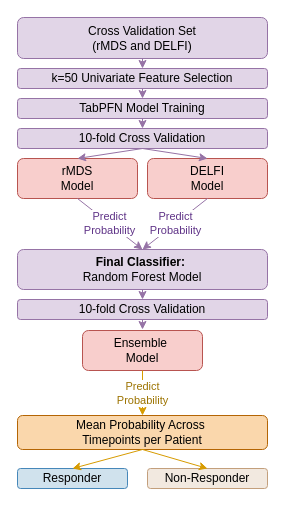
Above: epifluidlab/F3A.drawio in bananasrlowkeygood/bananasrlowkeygood.github.io (draw.io), before the change. Source tidied: cells renumbered, new cells numbered last; positions are measured from the earlier drawing's top-left corner, leaving out a move shared by most shapes. Both pictures are drawn from the tidied source at 100%, with x=0, y=0 at pixel (17, 17).
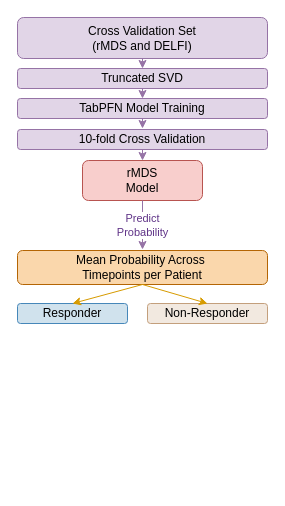
The same diagram, later.

Unchanged cells that the change refers to:
```xml
<mxCell id="3" value="TabPFN Model Training" style="rounded=1;whiteSpace=wrap;html=1;fillColor=#e1d5e7;strokeColor=#9673a6;" parent="1" vertex="1">
  <mxGeometry y="81" width="250" height="20" as="geometry" />
</mxCell>
```

What changed in the source:
```diff
@@
-    <mxCell id="2" value="k=50 Univariate Feature Selection" style="rounded=1;whiteSpace=wrap;html=1;fillColor=#e1d5e7;strokeColor=#9673a6;" parent="1" vertex="1">
+    <mxCell id="2" value="Truncated SVD" style="rounded=1;whiteSpace=wrap;html=1;fillColor=#e1d5e7;strokeColor=#9673a6;" parent="1" vertex="1">
       <mxGeometry y="51" width="250" height="20" as="geometry" />
     </mxCell>
@@
-    <mxCell id="4" value="10-fold Cross Validation" style="rounded=1;whiteSpace=wrap;html=1;fillColor=#e1d5e7;strokeColor=#9673a6;" parent="1" vertex="1">
-      <mxGeometry y="111" width="250" height="20" as="geometry" />
-    </mxCell>
-    <mxCell id="5" value="DELFI&lt;div&gt;Model&lt;/div&gt;" style="rounded=1;whiteSpace=wrap;html=1;fillColor=#f8cecc;strokeColor=#b85450;" parent="1" vertex="1">
-      <mxGeometry x="130" y="141" width="120" height="40" as="geometry" />
-    </mxCell>
     <mxCell id="6" value="rMDS&lt;div&gt;Model&lt;/div&gt;" style="rounded=1;whiteSpace=wrap;html=1;fillColor=#f8cecc;strokeColor=#b85450;" parent="1" vertex="1">
-      <mxGeometry y="141" width="120" height="40" as="geometry" />
+      <mxGeometry x="65" y="143" width="120" height="40" as="geometry" />
     </mxCell>
-    <mxCell id="7" style="endArrow=classic;html=1;rounded=0;exitX=0.5;exitY=1;exitDx=0;exitDy=0;entryX=0.5;entryY=0;entryDx=0;entryDy=0;fillColor=#e1d5e7;strokeColor=#9673a6;" parent="1" edge="1" source="4" target="6">
-      <mxGeometry relative="1" as="geometry" />
-    </mxCell>
-    <mxCell id="8" style="endArrow=classic;html=1;rounded=0;exitX=0.5;exitY=1;exitDx=0;exitDy=0;entryX=0.5;entryY=0;entryDx=0;entryDy=0;fillColor=#e1d5e7;strokeColor=#9673a6;" parent="1" edge="1" source="4" target="5">
-      <mxGeometry relative="1" as="geometry" />
-    </mxCell>
-    <mxCell id="9" value="&lt;b&gt;Final Classifier:&lt;/b&gt;&amp;nbsp;&lt;div&gt;Random Forest Model&lt;/div&gt;" style="rounded=1;whiteSpace=wrap;html=1;fillColor=#e1d5e7;strokeColor=#9673a6;" parent="1" vertex="1">
-      <mxGeometry y="232" width="250" height="40" as="geometry" />
-    </mxCell>
     <mxCell id="10" value="10-fold Cross Validation" style="rounded=1;whiteSpace=wrap;html=1;fillColor=#e1d5e7;strokeColor=#9673a6;" parent="1" vertex="1">
-      <mxGeometry y="282" width="250" height="20" as="geometry" />
+      <mxGeometry y="112" width="250" height="20" as="geometry" />
     </mxCell>
@@
-    <mxCell id="13" style="endArrow=classic;html=1;rounded=0;exitX=0.5;exitY=1;exitDx=0;exitDy=0;entryX=0.5;entryY=0;entryDx=0;entryDy=0;fillColor=#e1d5e7;strokeColor=#9673a6;" parent="1" edge="1" source="3" target="4">
-      <mxGeometry relative="1" as="geometry" />
+    <mxCell id="13" style="endArrow=classic;html=1;rounded=0;exitX=0.5;exitY=1;exitDx=0;exitDy=0;entryX=0.5;entryY=0;entryDx=0;entryDy=0;fillColor=#e1d5e7;strokeColor=#9673a6;" parent="1" edge="1" source="3">
+      <mxGeometry relative="1" as="geometry">
+        <mxPoint x="125" y="111" as="targetPoint" />
+      </mxGeometry>
     </mxCell>
-    <mxCell id="14" value="&lt;span style=&quot;color: rgb(95, 51, 135);&quot;&gt;Predict&lt;/span&gt;&lt;div&gt;&lt;span style=&quot;color: rgb(95, 51, 135);&quot;&gt;Probability&lt;/span&gt;&lt;/div&gt;" style="endArrow=classic;html=1;rounded=0;exitX=0.5;exitY=1;exitDx=0;exitDy=0;entryX=0.5;entryY=0;entryDx=0;entryDy=0;fillColor=#e1d5e7;strokeColor=#9673a6;" parent="1" edge="1" source="6" target="9">
-      <mxGeometry relative="1" as="geometry" />
+    <mxCell id="14" value="&lt;span style=&quot;color: rgb(95, 51, 135);&quot;&gt;Predict&lt;/span&gt;&lt;div&gt;&lt;span style=&quot;color: rgb(95, 51, 135);&quot;&gt;Probability&lt;/span&gt;&lt;/div&gt;" style="endArrow=classic;html=1;rounded=0;exitX=0.5;exitY=1;exitDx=0;exitDy=0;entryX=0.5;entryY=0;entryDx=0;entryDy=0;fillColor=#e1d5e7;strokeColor=#9673a6;" parent="1" edge="1" source="6">
+      <mxGeometry relative="1" as="geometry">
+        <mxPoint x="125" y="232" as="targetPoint" />
+      </mxGeometry>
     </mxCell>
-    <mxCell id="15" style="endArrow=classic;html=1;rounded=0;exitX=0.5;exitY=1;exitDx=0;exitDy=0;entryX=0.5;entryY=0;entryDx=0;entryDy=0;fillColor=#e1d5e7;strokeColor=#9673a6;" parent="1" edge="1" source="9" target="10">
-      <mxGeometry relative="1" as="geometry" />
-    </mxCell>
-    <mxCell id="16" style="endArrow=classic;html=1;rounded=0;exitX=0.5;exitY=1;exitDx=0;exitDy=0;entryX=0.5;entryY=0;entryDx=0;entryDy=0;fillColor=#e1d5e7;strokeColor=#9673a6;" parent="1" edge="1" source="10">
-      <mxGeometry relative="1" as="geometry">
-        <mxPoint x="125" y="312" as="targetPoint" />
-      </mxGeometry>
-    </mxCell>
     <mxCell id="17" value="&lt;span style=&quot;text-align: start; caret-color: rgb(0, 0, 0); color: rgb(0, 0, 0);&quot;&gt;Mean Probability Across&amp;nbsp;&lt;/span&gt;&lt;div&gt;&lt;span style=&quot;text-align: start; caret-color: rgb(0, 0, 0); color: rgb(0, 0, 0);&quot;&gt;Timepoints per Patient&lt;/span&gt;&lt;br&gt;&lt;/div&gt;" style="rounded=1;whiteSpace=wrap;html=1;fillColor=#fad7ac;strokeColor=#b46504;" parent="1" vertex="1">
-      <mxGeometry y="398" width="250" height="34" as="geometry" />
+      <mxGeometry y="233" width="250" height="34" as="geometry" />
     </mxCell>
     <mxCell id="18" value="Responder" style="rounded=1;whiteSpace=wrap;html=1;fillColor=#D0E2ED;strokeColor=#4687B9;" parent="1" vertex="1">
-      <mxGeometry y="451" width="110" height="20" as="geometry" />
+      <mxGeometry y="286" width="110" height="20" as="geometry" />
     </mxCell>
     <mxCell id="19" value="Non-Responder" style="rounded=1;whiteSpace=wrap;html=1;fillColor=#F2E9E0;strokeColor=#C39F7C;" parent="1" vertex="1">
-      <mxGeometry x="130" y="451" width="120" height="20" as="geometry" />
+      <mxGeometry x="130" y="286" width="120" height="20" as="geometry" />
     </mxCell>
@@
-    <mxCell id="23" value="Ensemble&amp;nbsp;&lt;div&gt;Model&lt;/div&gt;" style="rounded=1;whiteSpace=wrap;html=1;fillColor=#f8cecc;strokeColor=#b85450;" parent="1" vertex="1">
-      <mxGeometry x="65" y="313" width="120" height="40" as="geometry" />
-    </mxCell>
-    <mxCell id="24" value="&lt;span style=&quot;color: rgb(156, 115, 0);&quot;&gt;Predict&lt;/span&gt;&lt;div&gt;&lt;span style=&quot;color: rgb(156, 115, 0);&quot;&gt;Probability&lt;/span&gt;&lt;/div&gt;" style="endArrow=classic;html=1;rounded=0;exitX=0.5;exitY=1;exitDx=0;exitDy=0;entryX=0.5;entryY=0;entryDx=0;entryDy=0;fillColor=#ffe6cc;strokeColor=#d79b00;" parent="1" edge="1" source="23" target="17">
-      <mxGeometry relative="1" as="geometry" />
-    </mxCell>
-    <mxCell id="25" value="&lt;span style=&quot;color: rgb(95, 51, 135);&quot;&gt;Predict&lt;/span&gt;&lt;div&gt;&lt;span style=&quot;color: rgb(95, 51, 135);&quot;&gt;Probability&lt;/span&gt;&lt;/div&gt;" style="endArrow=classic;html=1;rounded=0;exitX=0.5;exitY=1;exitDx=0;exitDy=0;entryX=0.5;entryY=0;entryDx=0;entryDy=0;fillColor=#e1d5e7;strokeColor=#9673a6;" parent="1" edge="1" source="5" target="9">
-      <mxGeometry relative="1" as="geometry" />
-    </mxCell>
+    <mxCell id="26" style="endArrow=classic;html=1;rounded=0;fillColor=#e1d5e7;strokeColor=#9673a6;exitX=0.5;exitY=1;exitDx=0;exitDy=0;" parent="1" edge="1" source="10">
+      <mxGeometry relative="1" as="geometry">
+        <mxPoint x="125" y="143" as="targetPoint" />
+      </mxGeometry>
+    </mxCell>
```
